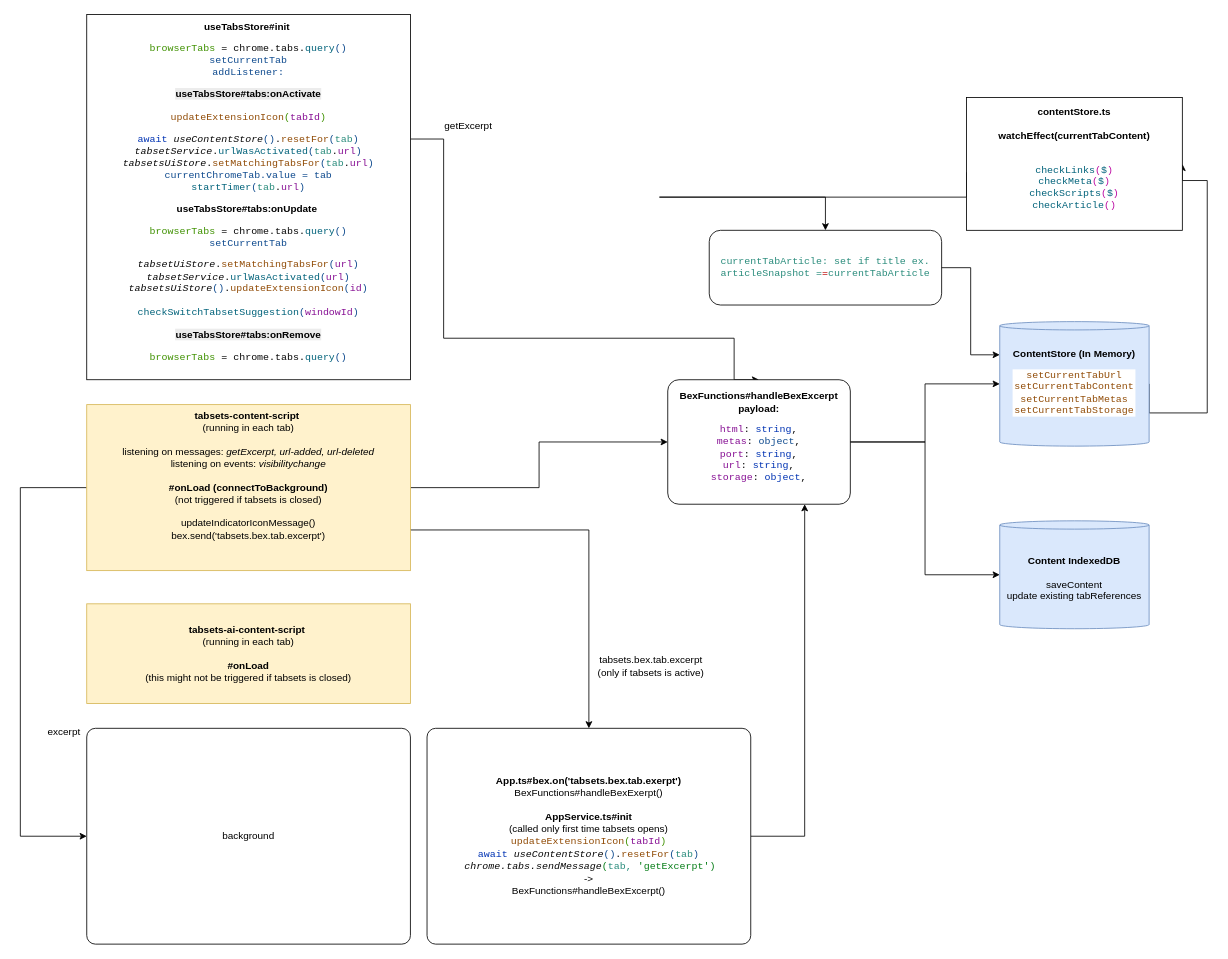
Before: docs/drawio/test.drawio in evandor/tabsets, a draw.io diagram. Source tidied: cells renumbered, new cells numbered last; positions are measured from the earlier drawing's top-left corner, leaving out a move shared by most shapes. Both pictures are drawn from the tidied source at 83%, with x=0, y=0 at pixel (20, 14).
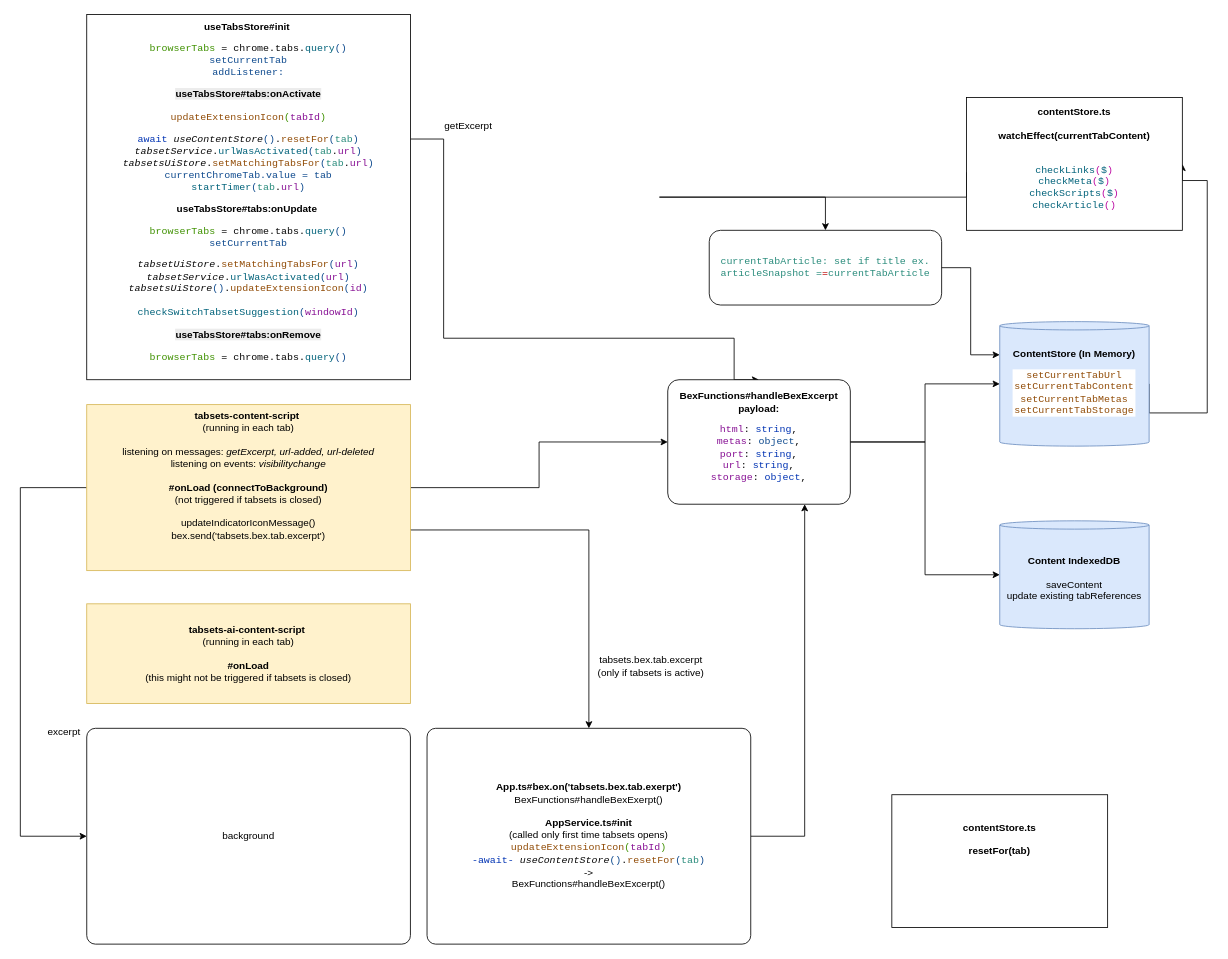
The same page after the edit.

The edit, as a diff of the source:
```diff
@@
-    <mxCell id="22" value="&lt;div&gt;&lt;b&gt;App.ts#bex.on('tabsets.bex.tab.exerpt')&lt;/b&gt;&lt;br&gt;BexFunctions#handleBexExerpt()&lt;/div&gt;&lt;div&gt;&lt;b&gt;&lt;br&gt;&lt;/b&gt;&lt;/div&gt;&lt;div&gt;&lt;b&gt;AppService.ts#init&lt;/b&gt;&lt;br&gt;(&lt;span style=&quot;background-color: transparent; color: light-dark(rgb(0, 0, 0), rgb(255, 255, 255));&quot;&gt;called only first time tabsets opens&lt;/span&gt;&lt;span style=&quot;background-color: transparent; color: light-dark(rgb(0, 0, 0), rgb(255, 255, 255));&quot;&gt;)&lt;/span&gt;&lt;/div&gt;&lt;div&gt;&lt;span style=&quot;background-color: transparent; font-family: &amp;quot;JetBrains Mono&amp;quot;, monospace; color: rgb(145, 76, 7);&quot;&gt;updateExtensionIcon&lt;/span&gt;&lt;span style=&quot;background-color: transparent; font-family: &amp;quot;JetBrains Mono&amp;quot;, monospace; color: rgb(63, 145, 1);&quot;&gt;(&lt;/span&gt;&lt;span style=&quot;background-color: transparent; font-family: &amp;quot;JetBrains Mono&amp;quot;, monospace; color: rgb(135, 16, 148);&quot;&gt;tabId&lt;/span&gt;&lt;span style=&quot;background-color: transparent; font-family: &amp;quot;JetBrains Mono&amp;quot;, monospace; color: rgb(63, 145, 1);&quot;&gt;)&lt;br&gt;&lt;/span&gt;&lt;span style=&quot;font-family: &amp;quot;JetBrains Mono&amp;quot;, monospace; background-color: transparent; color: rgb(0, 51, 179);&quot;&gt;await &lt;/span&gt;&lt;span style=&quot;color: rgb(8, 8, 8); font-family: &amp;quot;JetBrains Mono&amp;quot;, monospace; background-color: transparent; font-style: italic;&quot;&gt;useContentStore&lt;/span&gt;&lt;span style=&quot;font-family: &amp;quot;JetBrains Mono&amp;quot;, monospace; background-color: transparent; color: rgb(14, 74, 142);&quot;&gt;()&lt;/span&gt;&lt;span style=&quot;color: rgb(8, 8, 8); font-family: &amp;quot;JetBrains Mono&amp;quot;, monospace; background-color: transparent;&quot;&gt;.&lt;/span&gt;&lt;span style=&quot;font-family: &amp;quot;JetBrains Mono&amp;quot;, monospace; background-color: transparent; color: rgb(145, 76, 7);&quot;&gt;resetFor&lt;/span&gt;&lt;span style=&quot;font-family: &amp;quot;JetBrains Mono&amp;quot;, monospace; background-color: transparent; color: rgb(14, 74, 142);&quot;&gt;(&lt;/span&gt;&lt;span style=&quot;font-family: &amp;quot;JetBrains Mono&amp;quot;, monospace; background-color: transparent; color: rgb(42, 140, 124);&quot;&gt;tab&lt;/span&gt;&lt;span style=&quot;font-family: &amp;quot;JetBrains Mono&amp;quot;, monospace; background-color: transparent; color: rgb(14, 74, 142);&quot;&gt;)&lt;/span&gt;&lt;/div&gt;&lt;div&gt;&lt;b style=&quot;background-color: transparent; color: light-dark(rgb(0, 0, 0), rgb(255, 255, 255));&quot;&gt;&amp;nbsp;&lt;/b&gt;&lt;span style=&quot;color: rgb(8, 8, 8); font-family: &amp;quot;JetBrains Mono&amp;quot;, monospace; font-style: italic;&quot;&gt;chrome.tabs.sendMessage&lt;/span&gt;&lt;span style=&quot;background-color: light-dark(rgb(255, 255, 255), rgb(18, 18, 18)); color: light-dark(rgb(6, 125, 23), rgb(84, 186, 99)); font-family: &amp;quot;JetBrains Mono&amp;quot;, monospace;&quot;&gt;(&lt;/span&gt;&lt;span style=&quot;color: rgb(42, 140, 124); font-family: &amp;quot;JetBrains Mono&amp;quot;, monospace; background-color: transparent;&quot;&gt;tab,&amp;nbsp;&lt;/span&gt;&lt;span style=&quot;background-color: rgb(255, 255, 255); color: rgb(6, 125, 23); font-family: &amp;quot;JetBrains Mono&amp;quot;, monospace;&quot;&gt;'&lt;/span&gt;&lt;span style=&quot;background-color: light-dark(rgb(255, 255, 255), rgb(18, 18, 18)); color: light-dark(rgb(6, 125, 23), rgb(84, 186, 99)); font-family: &amp;quot;JetBrains Mono&amp;quot;, monospace;&quot;&gt;getExcerpt')&lt;/span&gt;&lt;/div&gt;&lt;div&gt;-&amp;gt;&lt;br&gt;BexFunctions#handleBexExcerpt()&lt;span style=&quot;background-color: light-dark(rgb(255, 255, 255), rgb(18, 18, 18)); color: light-dark(rgb(6, 125, 23), rgb(84, 186, 99)); font-family: &amp;quot;JetBrains Mono&amp;quot;, monospace;&quot;&gt;&lt;/span&gt;&lt;/div&gt;" style="rounded=1;whiteSpace=wrap;html=1;arcSize=4;" parent="1" vertex="1">
+    <mxCell id="22" value="&lt;div&gt;&lt;b&gt;App.ts#bex.on('tabsets.bex.tab.exerpt')&lt;/b&gt;&lt;br&gt;BexFunctions#handleBexExerpt()&lt;/div&gt;&lt;div&gt;&lt;b&gt;&lt;br&gt;&lt;/b&gt;&lt;/div&gt;&lt;div&gt;&lt;b&gt;AppService.ts#init&lt;/b&gt;&lt;br&gt;(&lt;span style=&quot;background-color: transparent; color: light-dark(rgb(0, 0, 0), rgb(255, 255, 255));&quot;&gt;called only first time tabsets opens&lt;/span&gt;&lt;span style=&quot;background-color: transparent; color: light-dark(rgb(0, 0, 0), rgb(255, 255, 255));&quot;&gt;)&lt;/span&gt;&lt;/div&gt;&lt;div&gt;&lt;span style=&quot;background-color: transparent; font-family: &amp;quot;JetBrains Mono&amp;quot;, monospace; color: rgb(145, 76, 7);&quot;&gt;updateExtensionIcon&lt;/span&gt;&lt;span style=&quot;background-color: transparent; font-family: &amp;quot;JetBrains Mono&amp;quot;, monospace; color: rgb(63, 145, 1);&quot;&gt;(&lt;/span&gt;&lt;span style=&quot;background-color: transparent; font-family: &amp;quot;JetBrains Mono&amp;quot;, monospace; color: rgb(135, 16, 148);&quot;&gt;tabId&lt;/span&gt;&lt;span style=&quot;background-color: transparent; font-family: &amp;quot;JetBrains Mono&amp;quot;, monospace; color: rgb(63, 145, 1);&quot;&gt;)&lt;br&gt;&lt;/span&gt;&lt;span style=&quot;font-family: &amp;quot;JetBrains Mono&amp;quot;, monospace; background-color: transparent; color: rgb(0, 51, 179);&quot;&gt;-await-&amp;nbsp;&lt;/span&gt;&lt;span style=&quot;color: rgb(8, 8, 8); font-family: &amp;quot;JetBrains Mono&amp;quot;, monospace; background-color: transparent; font-style: italic;&quot;&gt;useContentStore&lt;/span&gt;&lt;span style=&quot;font-family: &amp;quot;JetBrains Mono&amp;quot;, monospace; background-color: transparent; color: rgb(14, 74, 142);&quot;&gt;()&lt;/span&gt;&lt;span style=&quot;color: rgb(8, 8, 8); font-family: &amp;quot;JetBrains Mono&amp;quot;, monospace; background-color: transparent;&quot;&gt;.&lt;/span&gt;&lt;span style=&quot;font-family: &amp;quot;JetBrains Mono&amp;quot;, monospace; background-color: transparent; color: rgb(145, 76, 7);&quot;&gt;resetFor&lt;/span&gt;&lt;span style=&quot;font-family: &amp;quot;JetBrains Mono&amp;quot;, monospace; background-color: transparent; color: rgb(14, 74, 142);&quot;&gt;(&lt;/span&gt;&lt;span style=&quot;font-family: &amp;quot;JetBrains Mono&amp;quot;, monospace; background-color: transparent; color: rgb(42, 140, 124);&quot;&gt;tab&lt;/span&gt;&lt;span style=&quot;font-family: &amp;quot;JetBrains Mono&amp;quot;, monospace; background-color: transparent; color: rgb(14, 74, 142);&quot;&gt;)&lt;/span&gt;&lt;/div&gt;&lt;div&gt;-&amp;gt;&lt;br&gt;BexFunctions#handleBexExcerpt()&lt;span style=&quot;background-color: light-dark(rgb(255, 255, 255), rgb(18, 18, 18)); color: light-dark(rgb(6, 125, 23), rgb(84, 186, 99)); font-family: &amp;quot;JetBrains Mono&amp;quot;, monospace;&quot;&gt;&lt;/span&gt;&lt;/div&gt;" style="rounded=1;whiteSpace=wrap;html=1;arcSize=4;" parent="1" vertex="1">
       <mxGeometry x="490" y="860" width="390" height="260" as="geometry" />
     </mxCell>
@@
+    <mxCell id="25" value="&lt;b&gt;contentStore.ts&lt;/b&gt;&lt;div&gt;&lt;b&gt;&lt;br&gt;&lt;/b&gt;&lt;/div&gt;&lt;div&gt;&lt;b&gt;resetFor(tab)&lt;br&gt;&lt;br&gt;&lt;/b&gt;&lt;div style=&quot;background-color: rgb(255, 255, 255); color: rgb(8, 8, 8);&quot;&gt;&lt;pre style=&quot;font-family:'JetBrains Mono',monospace;font-size:9,8pt;&quot;&gt;&lt;br&gt;&lt;/pre&gt;&lt;/div&gt;&lt;/div&gt;" style="rounded=0;whiteSpace=wrap;html=1;" parent="1" vertex="1">
+      <mxGeometry x="1050" y="940" width="260" height="160" as="geometry" />
+    </mxCell>
```
